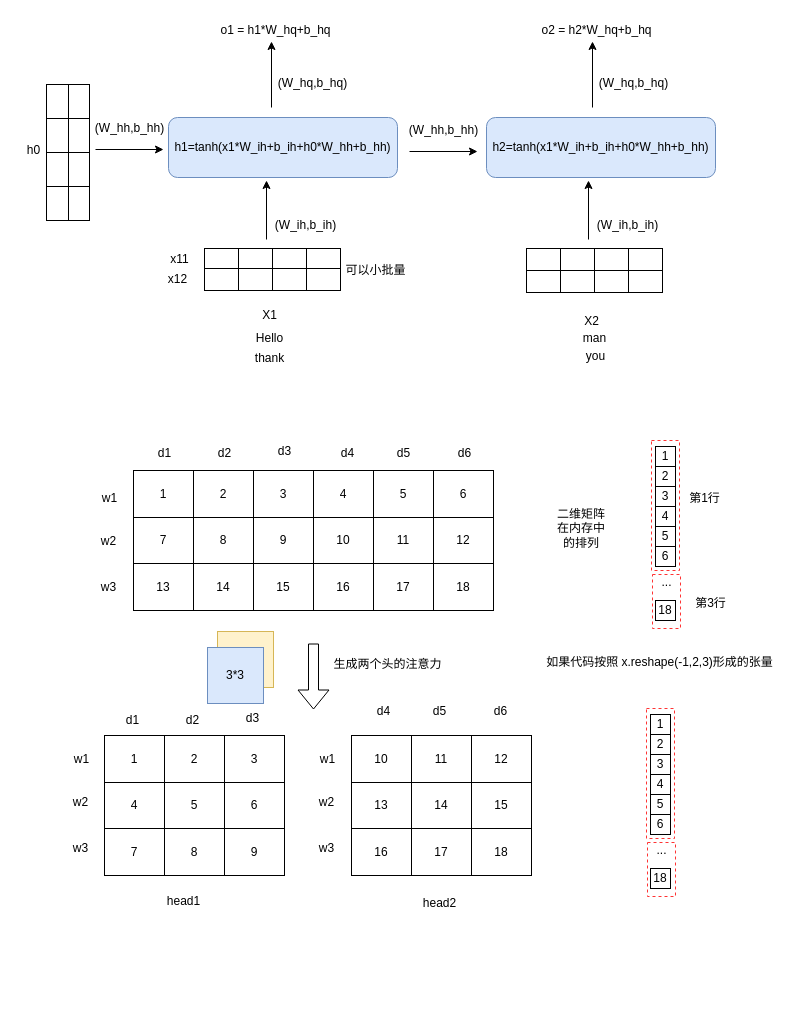
Above: 未命名绘图.drawio in MrLeiPan/draw (draw.io), before the change. Source tidied: cells renumbered, new cells numbered last; positions are measured from the earlier drawing's top-left corner, leaving out a move shared by most shapes. Both pictures are drawn from the tidied source at 100%, with x=0, y=0 at pixel (-11, 17).
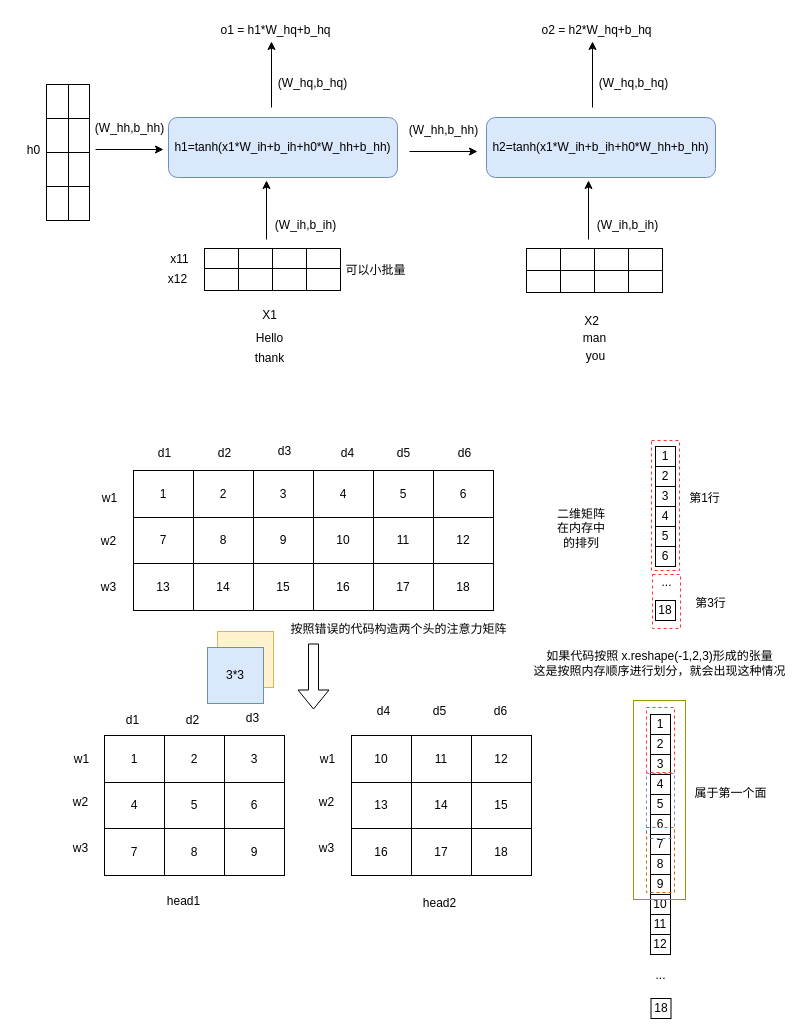
The same page after the edit.

Commit message (it also covers changes not shown here):
更新未命名绘图.drawio

What changed in the source:
```diff
@@
-    <mxCell id="94" value="生成两个头的注意力" style="text;html=1;align=center;verticalAlign=middle;strokeColor=none;fillColor=none;" parent="1" vertex="1">
-      <mxGeometry x="335" y="634" width="126" height="26" as="geometry" />
+    <mxCell id="94" value="按照错误的代码构造两个头的注意力矩阵" style="text;html=1;align=center;verticalAlign=middle;strokeColor=none;fillColor=none;" parent="1" vertex="1">
+      <mxGeometry x="292" y="599" width="234" height="26" as="geometry" />
     </mxCell>
@@
-    <mxCell id="150" value="如果代码按照 x.reshape(-1,2,3)形成的张量" style="text;html=1;align=center;verticalAlign=middle;strokeColor=none;fillColor=none;" parent="1" vertex="1">
-      <mxGeometry x="547" y="632" width="245" height="26" as="geometry" />
+    <mxCell id="150" value="如果代码按照 x.reshape(-1,2,3)形成的张量&lt;br&gt;这是按照内存顺序进行划分，就会出现这种情况" style="text;html=1;align=center;verticalAlign=middle;strokeColor=none;fillColor=none;" parent="1" vertex="1">
+      <mxGeometry x="535" y="625" width="270" height="41" as="geometry" />
     </mxCell>
@@
     <mxCell id="157" value="18" style="strokeColor=inherit;fillColor=none;align=center;whiteSpace=wrap;html=1;" parent="1" vertex="1">
-      <mxGeometry x="661" y="851" width="20" height="20" as="geometry" />
+      <mxGeometry x="661.5" y="981" width="20" height="20" as="geometry" />
     </mxCell>
+    <mxCell id="161" value="7" style="strokeColor=inherit;fillColor=none;align=center;whiteSpace=wrap;html=1;" parent="1" vertex="1">
+      <mxGeometry x="661" y="817" width="20" height="20" as="geometry" />
+    </mxCell>
+    <mxCell id="162" value="8" style="strokeColor=inherit;fillColor=none;align=center;whiteSpace=wrap;html=1;" parent="1" vertex="1">
+      <mxGeometry x="661" y="837" width="20" height="20" as="geometry" />
+    </mxCell>
+    <mxCell id="163" value="9" style="strokeColor=inherit;fillColor=none;align=center;whiteSpace=wrap;html=1;" parent="1" vertex="1">
+      <mxGeometry x="661" y="857" width="20" height="20" as="geometry" />
+    </mxCell>
+    <mxCell id="164" value="10" style="strokeColor=inherit;fillColor=none;align=center;whiteSpace=wrap;html=1;" parent="1" vertex="1">
+      <mxGeometry x="661" y="877" width="20" height="20" as="geometry" />
+    </mxCell>
+    <mxCell id="165" value="11" style="strokeColor=inherit;fillColor=none;align=center;whiteSpace=wrap;html=1;" parent="1" vertex="1">
+      <mxGeometry x="661" y="897" width="20" height="20" as="geometry" />
+    </mxCell>
+    <mxCell id="166" value="12" style="strokeColor=inherit;fillColor=none;align=center;whiteSpace=wrap;html=1;" parent="1" vertex="1">
+      <mxGeometry x="661" y="917" width="20" height="20" as="geometry" />
+    </mxCell>
     <mxCell id="158" value="..." style="text;html=1;align=center;verticalAlign=middle;strokeColor=none;fillColor=none;" parent="1" vertex="1">
-      <mxGeometry x="658" y="820" width="28" height="26" as="geometry" />
+      <mxGeometry x="657" y="945" width="28" height="26" as="geometry" />
     </mxCell>
-    <mxCell id="159" style="rounded=0;whiteSpace=wrap;html=1;fillColor=none;dashed=1;strokeColor=#FF3333;" parent="1" vertex="1">
-      <mxGeometry x="657" y="691" width="28" height="130" as="geometry" />
-    </mxCell>
-    <mxCell id="160" style="rounded=0;whiteSpace=wrap;html=1;fillColor=none;dashed=1;strokeColor=#FF3333;" parent="1" vertex="1">
-      <mxGeometry x="658" y="825" width="28" height="54" as="geometry" />
-    </mxCell>
+    <mxCell id="167" style="rounded=0;whiteSpace=wrap;html=1;fillColor=none;dashed=1;strokeColor=#FF3333;" parent="1" vertex="1">
+      <mxGeometry x="657" y="690" width="28" height="65" as="geometry" />
+    </mxCell>
+    <mxCell id="168" style="rounded=0;whiteSpace=wrap;html=1;fillColor=none;dashed=1;strokeColor=#6c8ebf;" parent="1" vertex="1">
+      <mxGeometry x="657" y="756" width="28" height="65" as="geometry" />
+    </mxCell>
+    <mxCell id="169" style="rounded=0;whiteSpace=wrap;html=1;fillColor=none;dashed=1;strokeColor=#CC6600;" parent="1" vertex="1">
+      <mxGeometry x="657" y="810" width="28" height="65" as="geometry" />
+    </mxCell>
+    <mxCell id="170" style="rounded=0;whiteSpace=wrap;html=1;fillColor=none;strokeColor=#999900;" parent="1" vertex="1">
+      <mxGeometry x="644" y="683" width="52" height="199" as="geometry" />
+    </mxCell>
+    <mxCell id="171" value="属于第一个面" style="text;html=1;align=center;verticalAlign=middle;strokeColor=none;fillColor=none;" parent="1" vertex="1">
+      <mxGeometry x="696" y="763" width="90" height="26" as="geometry" />
+    </mxCell>
```
